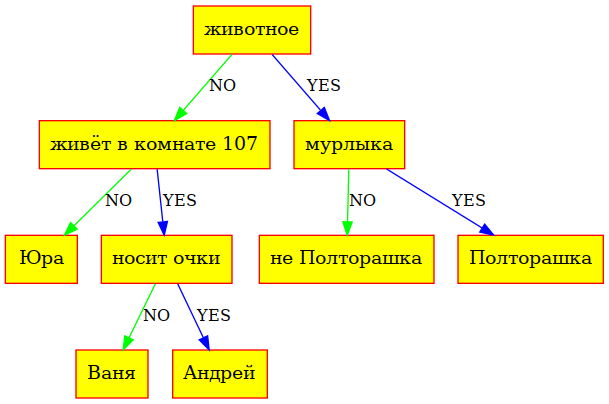
Before: Akinator/graphviz.png, a diagram exported from Graphviz (vihlancevk/Akinator). Its source is kept beside it as Akinator/graphviz.gv.
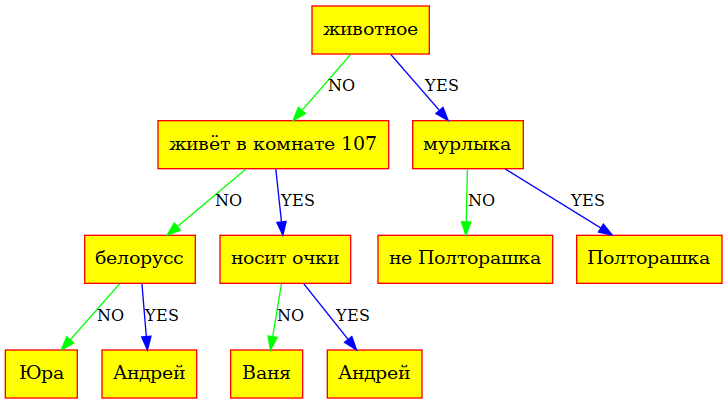
After the change.

The edit, as a diff of the source:
```diff
@@ -6,21 +6,25 @@
 
 	2[shape=record, style="filled", fillcolor="yellow", label="животное"];
 	3[shape=record, style="filled", fillcolor="yellow", label="живёт  в  комнате  107"];
-	4[shape=record, style="filled", fillcolor="yellow", label="Юра"];
-	5[shape=record, style="filled", fillcolor="yellow", label="носит очки"];
-	6[shape=record, style="filled", fillcolor="yellow", label="Ваня"];
-	7[shape=record, style="filled", fillcolor="yellow", label="Андрей"];
-	8[shape=record, style="filled", fillcolor="yellow", label="мурлыка"];
-	9[shape=record, style="filled", fillcolor="yellow", label="не  Полторашка"];
-	10[shape=record, style="filled", fillcolor="yellow", label="Полторашка"];
+	4[shape=record, style="filled", fillcolor="yellow", label="белорусс"];
+	5[shape=record, style="filled", fillcolor="yellow", label="Юра"];
+	6[shape=record, style="filled", fillcolor="yellow", label="Андрей"];
+	7[shape=record, style="filled", fillcolor="yellow", label="носит очки"];
+	8[shape=record, style="filled", fillcolor="yellow", label="Ваня"];
+	9[shape=record, style="filled", fillcolor="yellow", label="Андрей"];
+	10[shape=record, style="filled", fillcolor="yellow", label="мурлыка"];
+	11[shape=record, style="filled", fillcolor="yellow", label="не  Полторашка"];
+	12[shape=record, style="filled", fillcolor="yellow", label="Полторашка"];
 
 	2 -> 3[color="green", label="NO", fontsize=12]
-	2 -> 8[color="blue", label="YES", fontsize=12]
+	2 -> 10[color="blue", label="YES", fontsize=12]
 	3 -> 4[color="green", label="NO", fontsize=12]
-	3 -> 5[color="blue", label="YES", fontsize=12]
-	5 -> 6[color="green", label="NO", fontsize=12]
-	5 -> 7[color="blue", label="YES", fontsize=12]
-	8 -> 9[color="green", label="NO", fontsize=12]
-	8 -> 10[color="blue", label="YES", fontsize=12]
+	3 -> 7[color="blue", label="YES", fontsize=12]
+	4 -> 5[color="green", label="NO", fontsize=12]
+	4 -> 6[color="blue", label="YES", fontsize=12]
+	7 -> 8[color="green", label="NO", fontsize=12]
+	7 -> 9[color="blue", label="YES", fontsize=12]
+	10 -> 11[color="green", label="NO", fontsize=12]
+	10 -> 12[color="blue", label="YES", fontsize=12]
 
 }
```
